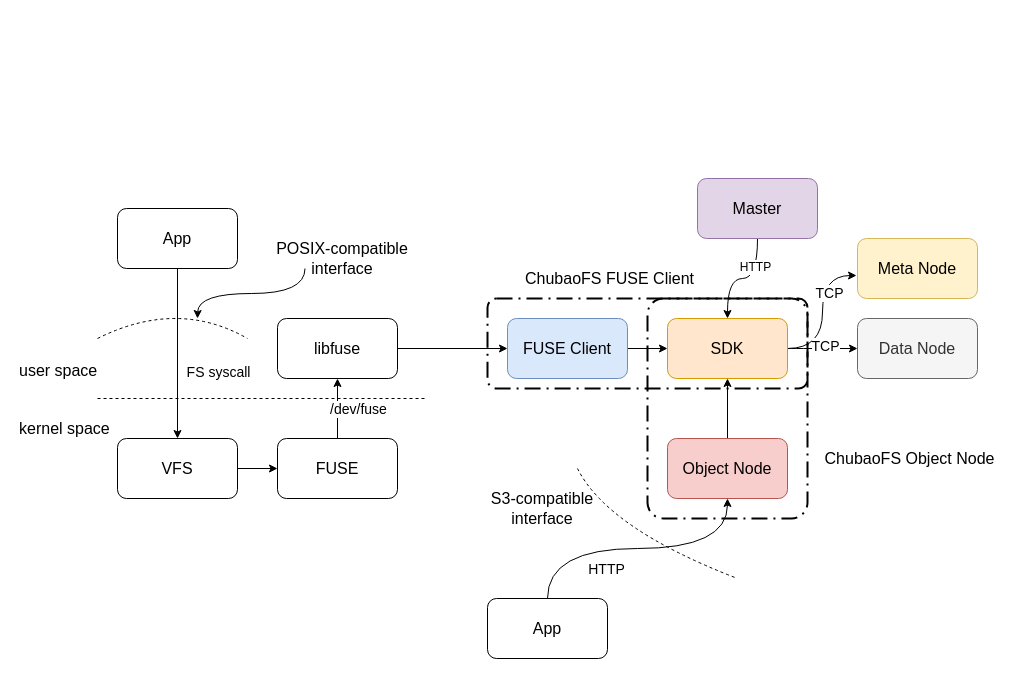
This is chubaofs/src/chubaofs_client_flow.drawio from shuoranliu/drawio, a draw.io file, before an edit. Source tidied: cells renumbered, new cells numbered last; positions are measured from the earlier drawing's top-left corner, leaving out a move shared by most shapes. Both pictures are drawn from the tidied source at 100%, with x=0, y=0 at pixel (17, 178).
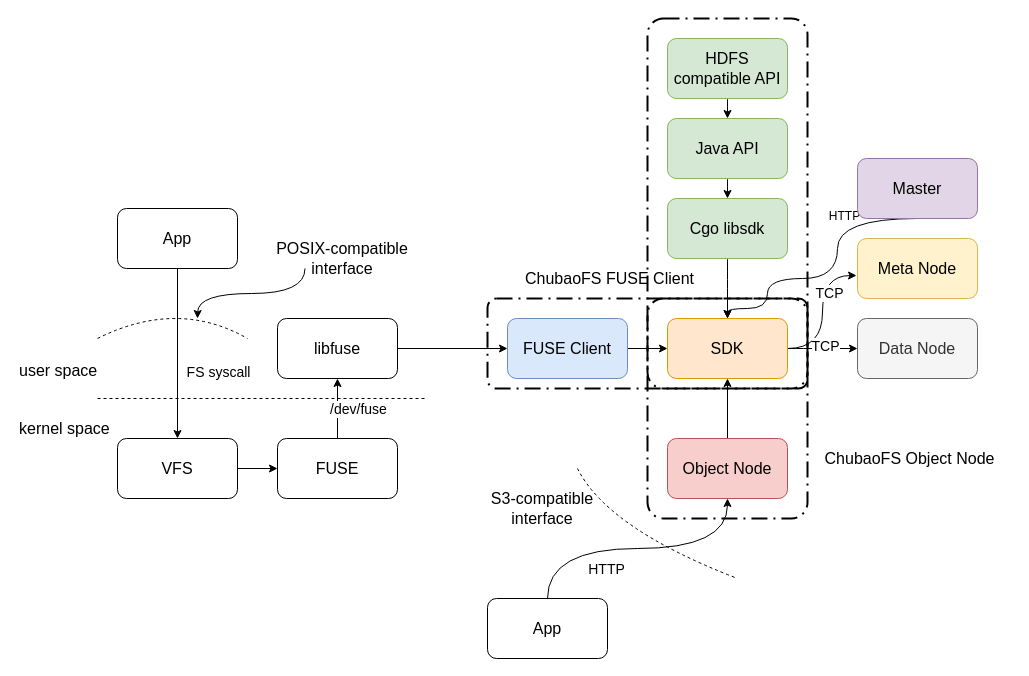
After the change.

The change refers to these unchanged cells:
```xml
<mxCell id="22" value="&lt;font style=&quot;font-size: 16px&quot;&gt;SDK&lt;br&gt;&lt;/font&gt;" style="rounded=1;whiteSpace=wrap;html=1;fillColor=#ffe6cc;strokeColor=#d79b00;" parent="1" vertex="1">
  <mxGeometry x="650" y="140" width="120" height="60" as="geometry" />
</mxCell>
```

Change to the diagram source:
```diff
@@
     <mxCell id="26" style="edgeStyle=orthogonalEdgeStyle;jettySize=auto;html=1;exitX=0.5;exitY=1;exitDx=0;exitDy=0;entryX=0.5;entryY=0;entryDx=0;entryDy=0;curved=1;" parent="1" edge="1" source="28" target="22">
-      <mxGeometry relative="1" as="geometry" />
+      <mxGeometry relative="1" as="geometry">
+        <Array as="points">
+          <mxPoint x="820" y="40" />
+          <mxPoint x="820" y="100" />
+          <mxPoint x="750" y="100" />
+          <mxPoint x="750" y="130" />
+          <mxPoint x="710" y="130" />
+        </Array>
+      </mxGeometry>
     </mxCell>
@@
     <mxCell id="28" value="&lt;font style=&quot;font-size: 16px&quot;&gt;Master&lt;br&gt;&lt;/font&gt;" style="rounded=1;whiteSpace=wrap;html=1;fillColor=#e1d5e7;strokeColor=#9673a6;" parent="1" vertex="1">
-      <mxGeometry x="680" width="120" height="60" as="geometry" />
+      <mxGeometry x="840" y="-20" width="120" height="60" as="geometry" />
     </mxCell>
@@
+    <mxCell id="40" style="edgeStyle=orthogonalEdgeStyle;curved=1;jettySize=auto;html=1;exitX=0.5;exitY=1;exitDx=0;exitDy=0;entryX=0.5;entryY=0;entryDx=0;entryDy=0;" parent="1" edge="1" source="41" target="22">
+      <mxGeometry relative="1" as="geometry" />
+    </mxCell>
+    <mxCell id="41" value="&lt;font style=&quot;font-size: 16px&quot;&gt;Cgo libsdk&lt;/font&gt;" style="rounded=1;whiteSpace=wrap;html=1;fillColor=#d5e8d4;strokeColor=#82b366;" parent="1" vertex="1">
+      <mxGeometry x="650" y="20" width="120" height="60" as="geometry" />
+    </mxCell>
+    <mxCell id="42" style="edgeStyle=orthogonalEdgeStyle;curved=1;jettySize=auto;html=1;exitX=0.5;exitY=1;exitDx=0;exitDy=0;entryX=0.5;entryY=0;entryDx=0;entryDy=0;" parent="1" edge="1" source="43" target="41">
+      <mxGeometry relative="1" as="geometry" />
+    </mxCell>
+    <mxCell id="43" value="&lt;font style=&quot;font-size: 16px&quot;&gt;Java API&lt;/font&gt;" style="rounded=1;whiteSpace=wrap;html=1;fillColor=#d5e8d4;strokeColor=#82b366;" parent="1" vertex="1">
+      <mxGeometry x="650" y="-60" width="120" height="60" as="geometry" />
+    </mxCell>
+    <mxCell id="44" style="edgeStyle=orthogonalEdgeStyle;curved=1;jettySize=auto;html=1;exitX=0.5;exitY=1;exitDx=0;exitDy=0;entryX=0.5;entryY=0;entryDx=0;entryDy=0;" parent="1" edge="1" source="45" target="43">
+      <mxGeometry relative="1" as="geometry" />
+    </mxCell>
+    <mxCell id="45" value="&lt;font style=&quot;font-size: 16px&quot;&gt;HDFS compatible API&lt;/font&gt;" style="rounded=1;whiteSpace=wrap;html=1;fillColor=#d5e8d4;strokeColor=#82b366;" parent="1" vertex="1">
+      <mxGeometry x="650" y="-140" width="120" height="60" as="geometry" />
+    </mxCell>
+    <mxCell id="46" style="rounded=1;arcSize=10;dashed=1;strokeColor=#000000;fillColor=none;gradientColor=none;dashPattern=8 3 1 3;strokeWidth=2;" parent="1" vertex="1">
+      <mxGeometry x="630" y="-160" width="160" height="370" as="geometry" />
+    </mxCell>
```
